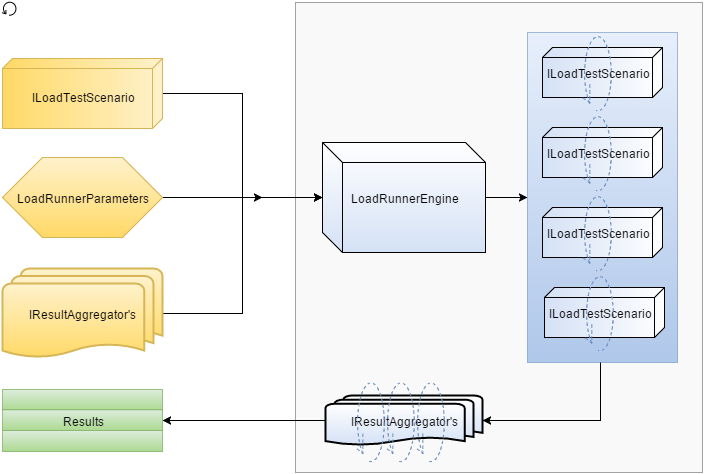
The draw.io diagram diagrams/Architecture.png in Vycka/LoadRunner, before a commit. Source tidied: cells renumbered, new cells last; positions are measured from the earlier drawing's top-left corner, leaving out a move shared by most shapes.
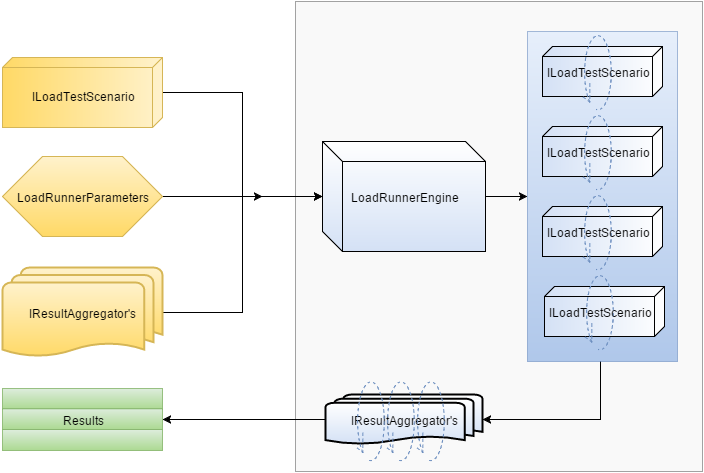
The same diagram one commit later.

Change to the diagram source:
```diff
@@ -41,9 +41,6 @@
     <mxCell id="12" value="LoadRunnerParameters" style="shape=hexagon;perimeter=hexagonPerimeter;whiteSpace=wrap;html=1;plain-yellow;" parent="1" vertex="1">
       <mxGeometry y="156" width="160" height="80" as="geometry" />
     </mxCell>
-    <mxCell id="13" style="shape=mxgraph.bpmn.loop;html=1;" parent="1" vertex="1">
-      <mxGeometry width="14" height="14" as="geometry" />
-    </mxCell>
     <mxCell id="14" style="edgeStyle=orthogonalEdgeStyle;rounded=0;html=1;exitX=1;exitY=0.25;entryX=1;entryY=0.25;" parent="1" edge="1" source="15" target="15">
       <mxGeometry relative="1" as="geometry" />
     </mxCell>
```
